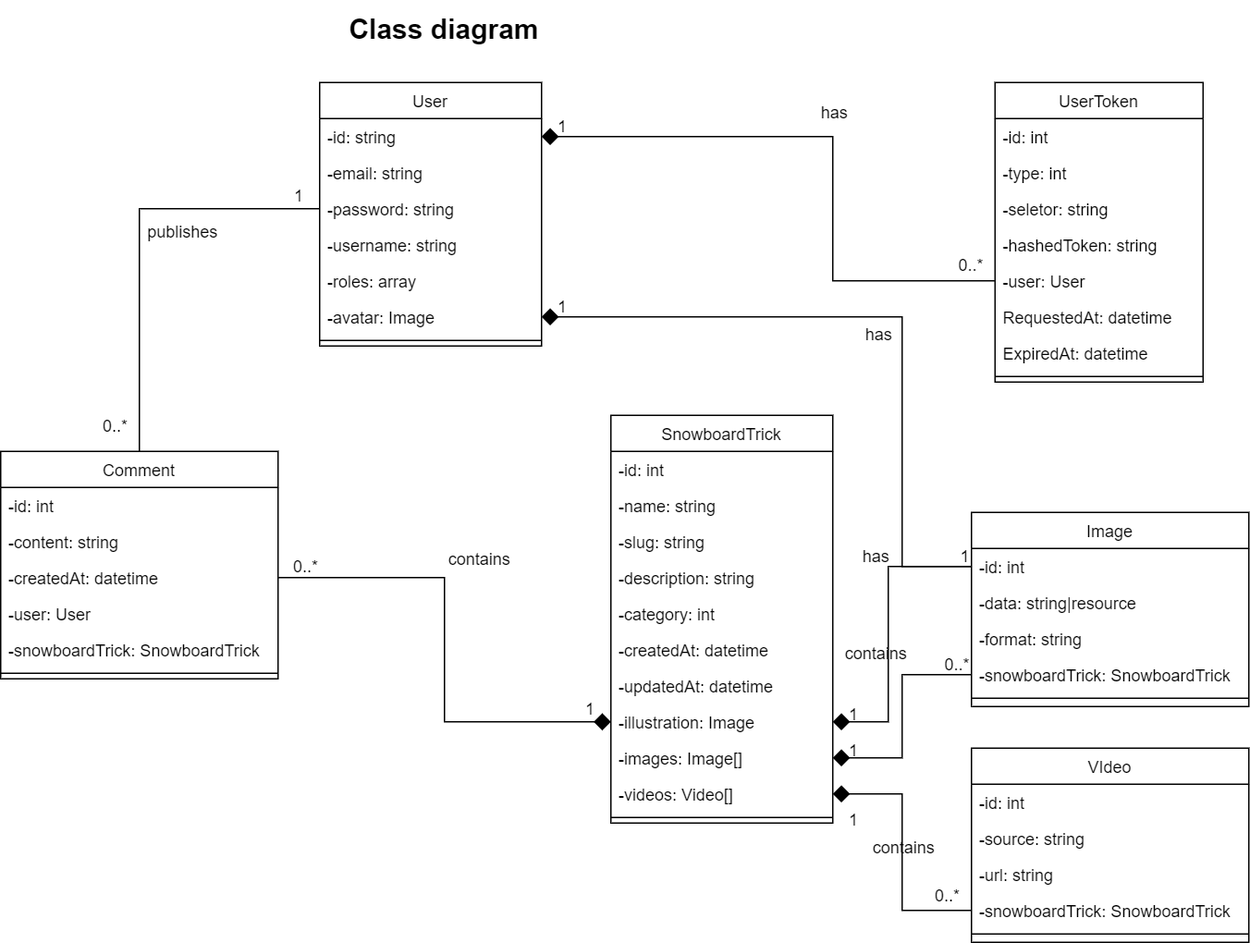
Earlier version of the draw.io export diagrams/class_diagram.png (Benitorax/ocproject6). Source tidied: cells renumbered, new cells last; positions are measured from the earlier drawing's top-left corner, leaving out a move shared by most shapes.
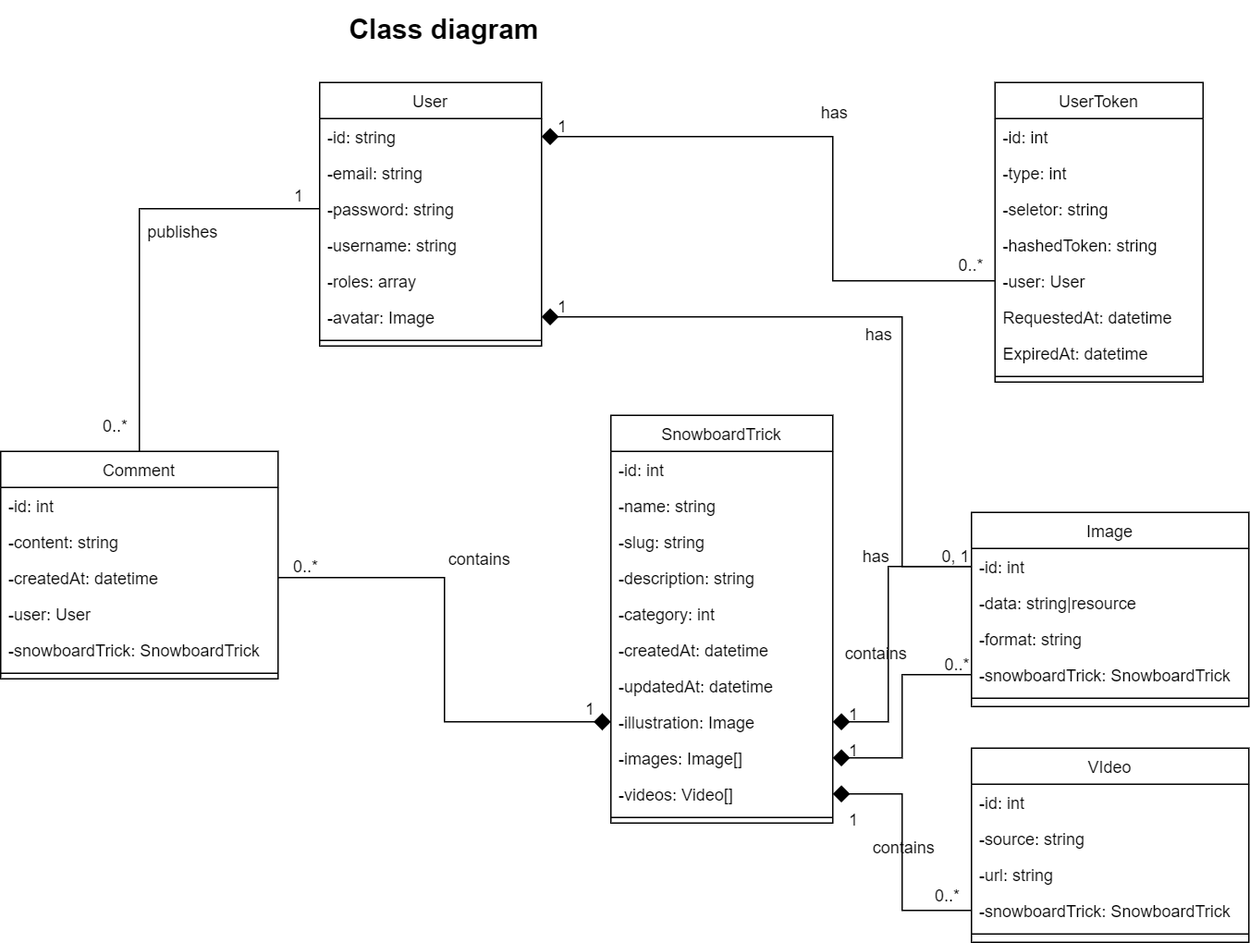
The same file after the commit.

What changed in the source:
```diff
@@ -290,7 +290,7 @@
         <mxPoint x="10" y="3" as="offset" />
       </mxGeometry>
     </mxCell>
-    <mxCell id="77" value="1" style="align=right;verticalAlign=bottom;labelBackgroundColor=none;fontSize=12;" parent="75" vertex="1">
+    <mxCell id="77" value="0, 1" style="align=right;verticalAlign=bottom;labelBackgroundColor=none;fontSize=12;" parent="75" vertex="1">
       <mxGeometry x="1" relative="1" as="geometry">
         <mxPoint y="1" as="offset" />
       </mxGeometry>
```
